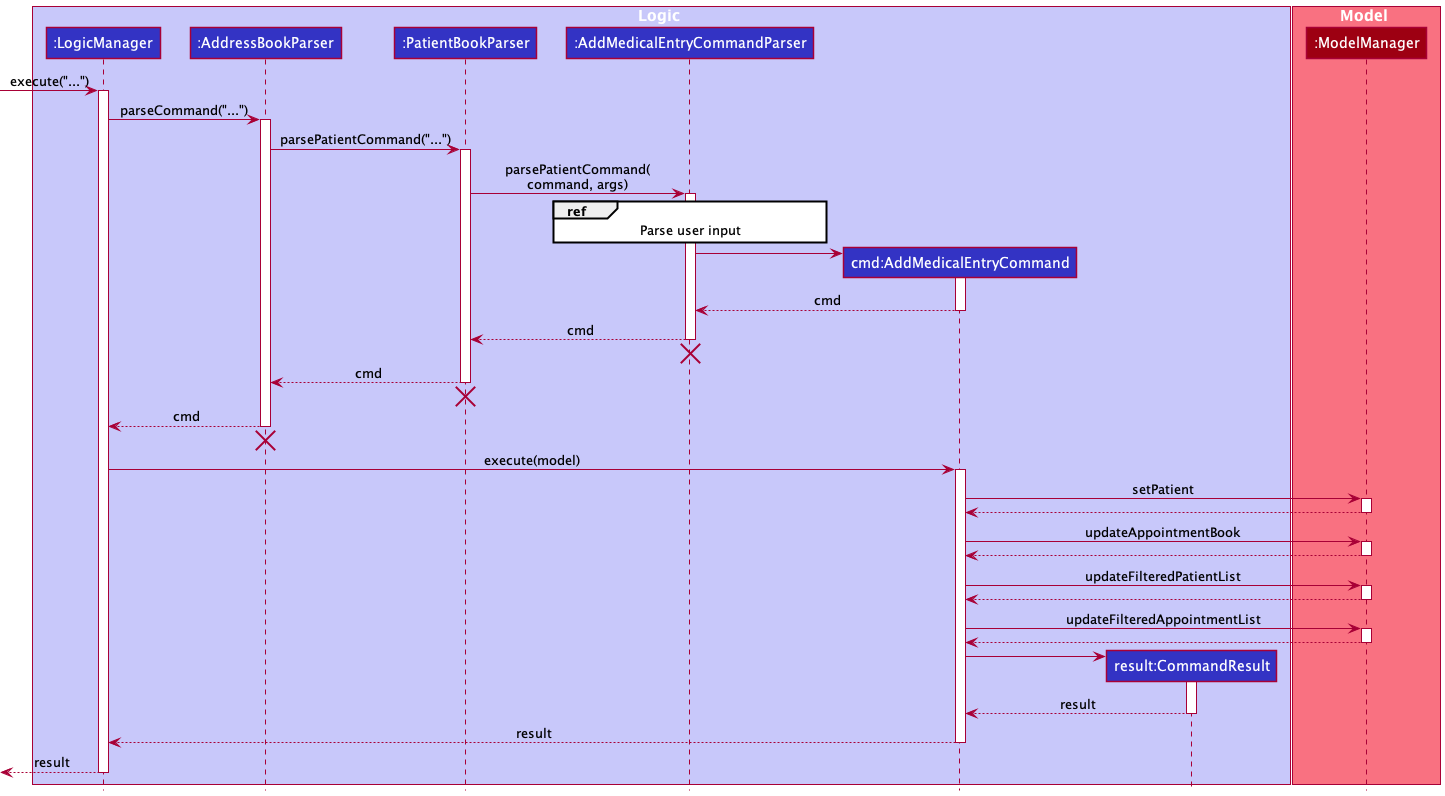
Above: docs/diagrams/AddMedicalEntryFeatureSequenceDiagram.png in AY2122S1-CS2103-W14-1/tp (PlantUML), before the change.
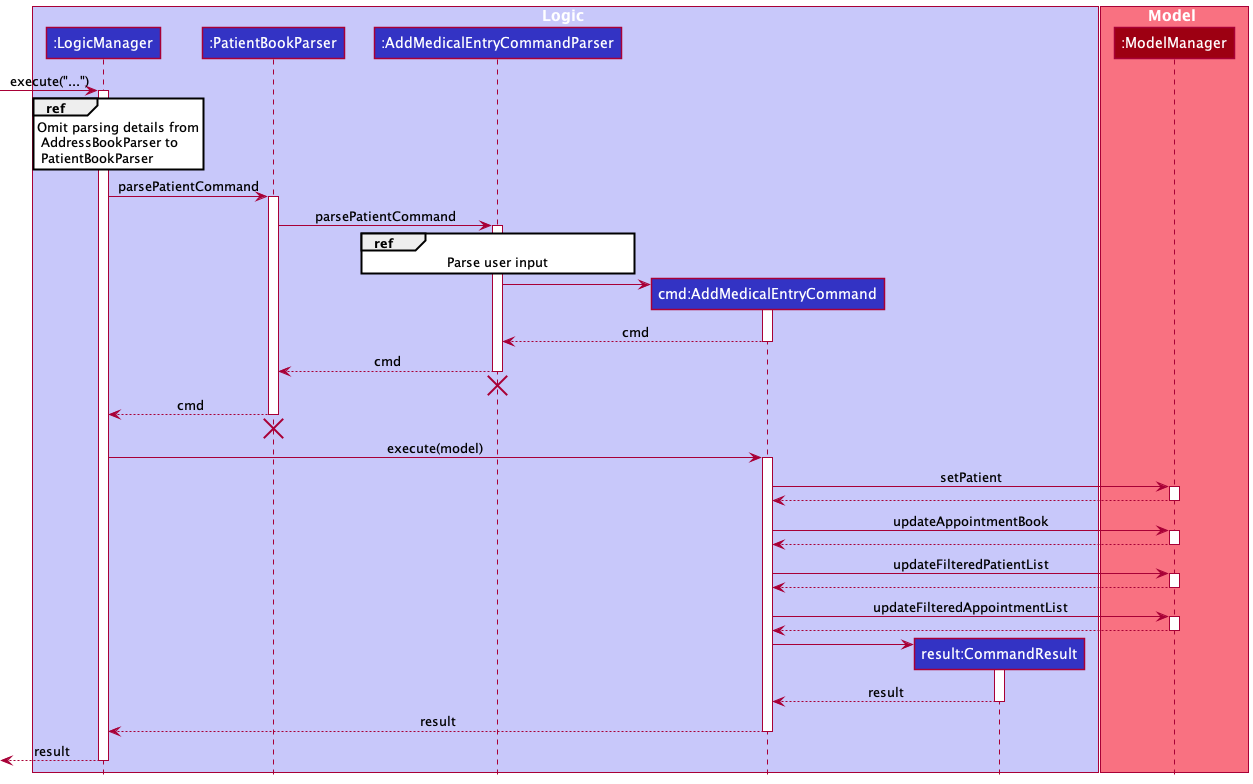
The same file after the commit.

Commit message:
Change Devguide sequence diagrams

Diff of the diagram source:
```diff
@@ -3,7 +3,6 @@
 
 box Logic LOGIC_COLOR_T1
 participant ":LogicManager" as LogicManager LOGIC_COLOR
-participant ":AddressBookParser" as AddressBookParser LOGIC_COLOR
 participant ":PatientBookParser" as PatientBookParser LOGIC_COLOR
 participant ":AddMedicalEntryCommandParser" as AddMedicalEntryCommandParser LOGIC_COLOR
 participant "cmd:AddMedicalEntryCommand" as AddMedicalEntryCommand LOGIC_COLOR
@@ -18,15 +17,10 @@
 [-> LogicManager : execute("...")
 activate LogicManager
 
-
-LogicManager -> AddressBookParser : parseCommand("...")
-activate AddressBookParser
-
-
-AddressBookParser -> PatientBookParser : parsePatientCommand("...")
+ref over LogicManager: Omit parsing details from\n AddressBookParser to\n PatientBookParser
+LogicManager -> PatientBookParser : parsePatientCommand
 activate PatientBookParser
-
-PatientBookParser -> AddMedicalEntryCommandParser : parsePatientCommand(\ncommand, args)
+PatientBookParser -> AddMedicalEntryCommandParser : parsePatientCommand
 activate AddMedicalEntryCommandParser
 ref over AddMedicalEntryCommandParser: Parse user input
 
@@ -38,18 +32,14 @@
 deactivate AddMedicalEntryCommand
 AddMedicalEntryCommandParser --> PatientBookParser : cmd
 deactivate AddMedicalEntryCommandParser
-AddMedicalEntryCommandParser -[hidden]-> AddressBookParser
+AddMedicalEntryCommandParser -[hidden]-> LogicManager
 destroy AddMedicalEntryCommandParser
 
-PatientBookParser --> AddressBookParser : cmd
+PatientBookParser --> LogicManager : cmd
 deactivate PatientBookParser
-PatientBookParser -[hidden]-> AddressBookParser
+PatientBookParser -[hidden]-> LogicManager
 destroy PatientBookParser
 
-AddressBookParser --> LogicManager : cmd
-deactivate AddressBookParser
-AddressBookParser -[hidden]-> LogicManager
-destroy AddressBookParser
 
 LogicManager -> AddMedicalEntryCommand : execute(model)
 activate AddMedicalEntryCommand
```
